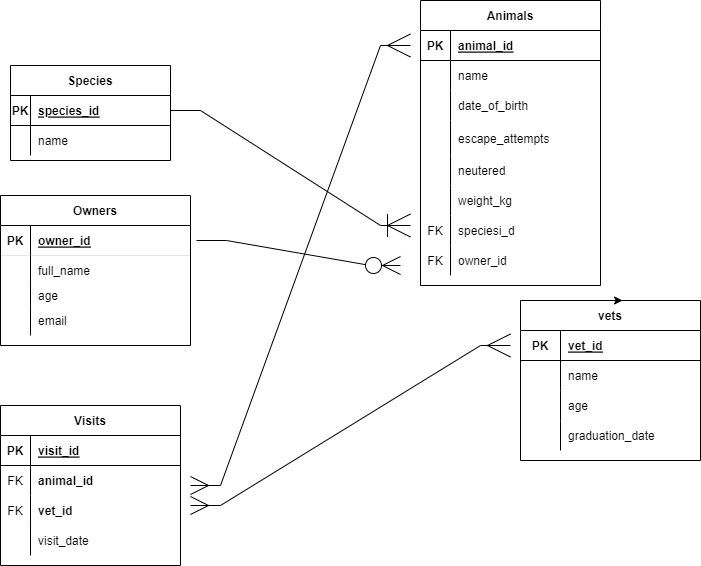
Above: vet_clinic.drawio.png in ismailakinkunmi/vet_clinic (draw.io), before the change. Source tidied: cells renumbered, new cells last; positions are measured from the earlier drawing's top-left corner, leaving out a move shared by most shapes.
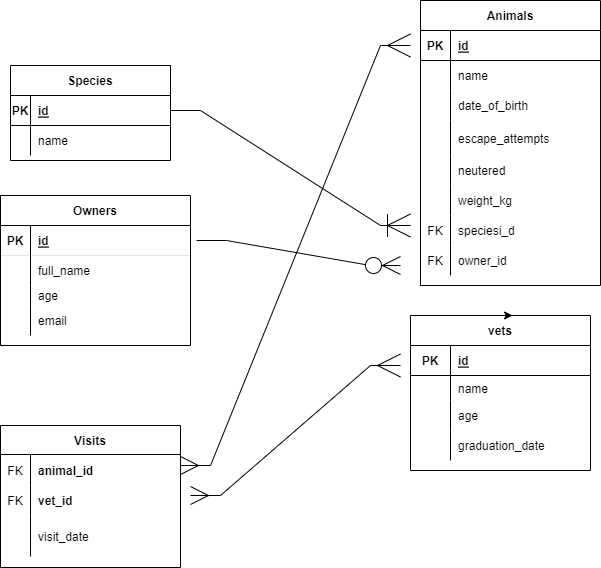
Later version of the same file.

Commit message:
Add database and tables

What changed in the source:
```diff
@@ -11,7 +11,7 @@
     <mxCell id="4" value="PK" style="shape=partialRectangle;fillColor=none;top=0;left=0;bottom=0;right=0;fontStyle=1;overflow=hidden;" parent="3" vertex="1">
       <mxGeometry width="30" height="30" as="geometry" />
     </mxCell>
-    <mxCell id="5" value="animal_id" style="shape=partialRectangle;fillColor=none;top=0;left=0;bottom=0;right=0;align=left;spacingLeft=6;fontStyle=5;overflow=hidden;" parent="3" vertex="1">
+    <mxCell id="5" value="id" style="shape=partialRectangle;fillColor=none;top=0;left=0;bottom=0;right=0;align=left;spacingLeft=6;fontStyle=5;overflow=hidden;" parent="3" vertex="1">
       <mxGeometry x="30" width="150" height="30" as="geometry" />
     </mxCell>
     <mxCell id="6" style="shape=tableRow;horizontal=0;startSize=0;swimlaneHead=0;swimlaneBody=0;fillColor=none;top=0;left=0;right=0;bottom=0;" parent="2" vertex="1">
@@ -78,7 +78,7 @@
       <mxGeometry x="30" width="150" height="30" as="geometry" />
     </mxCell>
     <mxCell id="27" value="vets" style="shape=table;startSize=30;rowLines=0;fontStyle=1;align=center;" parent="1" vertex="1">
-      <mxGeometry x="520" y="300" width="180" height="160" as="geometry" />
+      <mxGeometry x="410" y="315" width="180" height="155" as="geometry" />
     </mxCell>
     <mxCell id="28" style="shape=tableRow;horizontal=0;startSize=0;swimlaneHead=0;swimlaneBody=0;fillColor=none;top=0;left=0;right=0;bottom=1;" parent="27" vertex="1">
       <mxGeometry y="30" width="180" height="30" as="geometry" />
@@ -86,20 +86,20 @@
     <mxCell id="29" value="PK" style="shape=partialRectangle;fillColor=none;top=0;left=0;bottom=0;right=0;fontStyle=1;overflow=hidden;" parent="28" vertex="1">
       <mxGeometry width="40" height="30" as="geometry" />
     </mxCell>
-    <mxCell id="30" value="vet_id" style="shape=partialRectangle;fillColor=none;top=0;left=0;bottom=0;right=0;align=left;spacingLeft=6;fontStyle=5;overflow=hidden;" parent="28" vertex="1">
+    <mxCell id="30" value="id" style="shape=partialRectangle;fillColor=none;top=0;left=0;bottom=0;right=0;align=left;spacingLeft=6;fontStyle=5;overflow=hidden;" parent="28" vertex="1">
       <mxGeometry x="40" width="140" height="30" as="geometry" />
     </mxCell>
     <mxCell id="31" style="shape=tableRow;horizontal=0;startSize=0;swimlaneHead=0;swimlaneBody=0;fillColor=none;top=0;left=0;right=0;bottom=0;" parent="27" vertex="1">
-      <mxGeometry y="60" width="180" height="30" as="geometry" />
+      <mxGeometry y="60" width="180" height="25" as="geometry" />
     </mxCell>
     <mxCell id="32" style="shape=partialRectangle;fillColor=none;top=0;left=0;bottom=0;right=0;overflow=hidden;" parent="31" vertex="1">
-      <mxGeometry width="40" height="30" as="geometry" />
+      <mxGeometry width="40" height="25" as="geometry" />
     </mxCell>
     <mxCell id="33" value="name" style="shape=partialRectangle;fillColor=none;top=0;left=0;bottom=0;right=0;align=left;spacingLeft=6;overflow=hidden;" parent="31" vertex="1">
-      <mxGeometry x="40" width="140" height="30" as="geometry" />
+      <mxGeometry x="40" width="140" height="25" as="geometry" />
     </mxCell>
     <mxCell id="34" style="shape=tableRow;horizontal=0;startSize=0;swimlaneHead=0;swimlaneBody=0;fillColor=none;top=0;left=0;right=0;bottom=0;" parent="27" vertex="1">
-      <mxGeometry y="90" width="180" height="30" as="geometry" />
+      <mxGeometry y="85" width="180" height="30" as="geometry" />
     </mxCell>
     <mxCell id="35" style="shape=partialRectangle;fillColor=none;top=0;left=0;bottom=0;right=0;overflow=hidden;" parent="34" vertex="1">
       <mxGeometry width="40" height="30" as="geometry" />
@@ -108,7 +108,7 @@
       <mxGeometry x="40" width="140" height="30" as="geometry" />
     </mxCell>
     <mxCell id="37" style="shape=tableRow;horizontal=0;startSize=0;swimlaneHead=0;swimlaneBody=0;fillColor=none;top=0;left=0;right=0;bottom=0;" parent="27" vertex="1">
-      <mxGeometry y="120" width="180" height="30" as="geometry" />
+      <mxGeometry y="115" width="180" height="30" as="geometry" />
     </mxCell>
     <mxCell id="38" style="shape=partialRectangle;fillColor=none;top=0;left=0;bottom=0;right=0;overflow=hidden;" parent="37" vertex="1">
       <mxGeometry width="40" height="30" as="geometry" />
@@ -125,7 +125,7 @@
     <mxCell id="42" value="PK" style="shape=partialRectangle;fillColor=none;top=0;left=0;bottom=0;right=0;fontStyle=1;overflow=hidden;" parent="41" vertex="1">
       <mxGeometry width="30" height="30" as="geometry" />
     </mxCell>
-    <mxCell id="43" value="owner_id" style="shape=partialRectangle;fillColor=none;top=0;left=0;bottom=0;right=0;align=left;spacingLeft=6;fontStyle=5;overflow=hidden;" parent="41" vertex="1">
+    <mxCell id="43" value="id" style="shape=partialRectangle;fillColor=none;top=0;left=0;bottom=0;right=0;align=left;spacingLeft=6;fontStyle=5;overflow=hidden;" parent="41" vertex="1">
       <mxGeometry x="30" width="160" height="30" as="geometry" />
     </mxCell>
     <mxCell id="44" style="shape=tableRow;horizontal=0;startSize=0;swimlaneHead=0;swimlaneBody=0;fillColor=none;top=0;left=0;right=0;bottom=0;" parent="40" vertex="1">
@@ -158,29 +158,20 @@
     <mxCell id="53" style="edgeStyle=orthogonalEdgeStyle;rounded=0;orthogonalLoop=1;jettySize=auto;html=1;exitX=0.5;exitY=0;exitDx=0;exitDy=0;entryX=0.567;entryY=0.005;entryDx=0;entryDy=0;entryPerimeter=0;" parent="1" edge="1" source="27" target="27">
       <mxGeometry relative="1" as="geometry" />
     </mxCell>
-    <mxCell id="54" value="Visits" style="shape=table;startSize=30;rowLines=0;fontStyle=1;align=center;" parent="1" vertex="1">
-      <mxGeometry y="405" width="180" height="160" as="geometry" />
+    <mxCell id="54" value="Visits" style="shape=table;startSize=29;rowLines=0;fontStyle=1;align=center;" parent="1" vertex="1">
+      <mxGeometry y="425" width="180" height="142" as="geometry" />
     </mxCell>
-    <mxCell id="55" style="shape=tableRow;horizontal=0;startSize=0;swimlaneHead=0;swimlaneBody=0;fillColor=none;top=0;left=0;right=0;bottom=1;" parent="54" vertex="1">
-      <mxGeometry y="30" width="180" height="30" as="geometry" />
-    </mxCell>
-    <mxCell id="56" value="PK" style="shape=partialRectangle;fillColor=none;top=0;left=0;bottom=0;right=0;fontStyle=1;overflow=hidden;" parent="55" vertex="1">
-      <mxGeometry width="30" height="30" as="geometry" />
-    </mxCell>
-    <mxCell id="57" value="visit_id" style="shape=partialRectangle;fillColor=none;top=0;left=0;bottom=0;right=0;align=left;spacingLeft=6;fontStyle=5;overflow=hidden;" parent="55" vertex="1">
-      <mxGeometry x="30" width="150" height="30" as="geometry" />
-    </mxCell>
     <mxCell id="58" style="shape=tableRow;horizontal=0;startSize=0;swimlaneHead=0;swimlaneBody=0;fillColor=none;top=0;left=0;right=0;bottom=0;" parent="54" vertex="1">
-      <mxGeometry y="60" width="180" height="30" as="geometry" />
+      <mxGeometry y="29" width="180" height="31" as="geometry" />
     </mxCell>
     <mxCell id="59" value="FK" style="shape=partialRectangle;fillColor=none;top=0;left=0;bottom=0;right=0;overflow=hidden;" parent="58" vertex="1">
-      <mxGeometry width="30" height="30" as="geometry" />
+      <mxGeometry width="30" height="31" as="geometry" />
     </mxCell>
     <mxCell id="60" value="animal_id" style="shape=partialRectangle;fillColor=none;top=0;left=0;bottom=0;right=0;align=left;spacingLeft=6;overflow=hidden;fontStyle=1;" parent="58" vertex="1">
-      <mxGeometry x="30" width="150" height="30" as="geometry" />
+      <mxGeometry x="30" width="150" height="31" as="geometry" />
     </mxCell>
     <mxCell id="61" style="shape=tableRow;horizontal=0;startSize=0;swimlaneHead=0;swimlaneBody=0;fillColor=none;top=0;left=0;right=0;bottom=0;" parent="54" vertex="1">
-      <mxGeometry y="90" width="180" height="30" as="geometry" />
+      <mxGeometry y="60" width="180" height="30" as="geometry" />
     </mxCell>
     <mxCell id="62" value="FK" style="shape=partialRectangle;fillColor=none;top=0;left=0;bottom=0;right=0;overflow=hidden;" parent="61" vertex="1">
       <mxGeometry width="30" height="30" as="geometry" />
@@ -189,13 +180,13 @@
       <mxGeometry x="30" width="150" height="30" as="geometry" />
     </mxCell>
     <mxCell id="64" style="shape=tableRow;horizontal=0;startSize=0;swimlaneHead=0;swimlaneBody=0;fillColor=none;top=0;left=0;right=0;bottom=0;" parent="54" vertex="1">
-      <mxGeometry y="120" width="180" height="30" as="geometry" />
+      <mxGeometry y="90" width="180" height="41" as="geometry" />
     </mxCell>
     <mxCell id="65" style="shape=partialRectangle;fillColor=none;top=0;left=0;bottom=0;right=0;overflow=hidden;" parent="64" vertex="1">
-      <mxGeometry width="30" height="30" as="geometry" />
+      <mxGeometry width="30" height="41" as="geometry" />
     </mxCell>
     <mxCell id="66" value="visit_date" style="shape=partialRectangle;fillColor=none;top=0;left=0;bottom=0;right=0;align=left;spacingLeft=6;overflow=hidden;" parent="64" vertex="1">
-      <mxGeometry x="30" width="150" height="30" as="geometry" />
+      <mxGeometry x="30" width="150" height="41" as="geometry" />
     </mxCell>
     <mxCell id="67" style="edgeStyle=entityRelationEdgeStyle;fontSize=12;html=1;endArrow=ERzeroToMany;endFill=1;rounded=0;endSize=16;startSize=16;targetPerimeterSpacing=16;sourcePerimeterSpacing=17;exitX=1;exitY=0.5;exitDx=0;exitDy=0;" parent="1" edge="1" source="41">
       <mxGeometry relative="1" as="geometry">
@@ -216,7 +207,7 @@
     <mxCell id="71" value="PK" style="shape=partialRectangle;fillColor=none;top=0;left=0;bottom=0;right=0;fontStyle=1;overflow=hidden;" parent="70" vertex="1">
       <mxGeometry width="20" height="30" as="geometry" />
     </mxCell>
-    <mxCell id="72" value="species_id" style="shape=partialRectangle;fillColor=none;top=0;left=0;bottom=0;right=0;align=left;spacingLeft=6;fontStyle=5;overflow=hidden;" parent="70" vertex="1">
+    <mxCell id="72" value="id" style="shape=partialRectangle;fillColor=none;top=0;left=0;bottom=0;right=0;align=left;spacingLeft=6;fontStyle=5;overflow=hidden;" parent="70" vertex="1">
       <mxGeometry x="20" width="140" height="30" as="geometry" />
     </mxCell>
     <mxCell id="73" style="shape=tableRow;horizontal=0;startSize=0;swimlaneHead=0;swimlaneBody=0;fillColor=none;top=0;left=0;right=0;bottom=0;" parent="69" vertex="1">
@@ -230,13 +221,13 @@
     </mxCell>
     <mxCell id="76" style="edgeStyle=entityRelationEdgeStyle;fontSize=12;html=1;endArrow=ERmany;startArrow=ERmany;rounded=0;startSize=16;endSize=21;sourcePerimeterSpacing=17;targetPerimeterSpacing=16;strokeWidth=1;" parent="1" edge="1">
       <mxGeometry relative="1" as="geometry">
-        <mxPoint x="190" y="505" as="sourcePoint" />
-        <mxPoint x="510" y="345" as="targetPoint" />
+        <mxPoint x="190" y="495" as="sourcePoint" />
+        <mxPoint x="400" y="365" as="targetPoint" />
       </mxGeometry>
     </mxCell>
     <mxCell id="77" style="edgeStyle=entityRelationEdgeStyle;fontSize=12;html=1;endArrow=ERmany;startArrow=ERmany;rounded=0;startSize=16;endSize=21;sourcePerimeterSpacing=17;targetPerimeterSpacing=16;strokeWidth=1;" parent="1" edge="1">
       <mxGeometry relative="1" as="geometry">
-        <mxPoint x="190" y="485" as="sourcePoint" />
+        <mxPoint x="180" y="465" as="sourcePoint" />
         <mxPoint x="410" y="45" as="targetPoint" />
       </mxGeometry>
     </mxCell>
```
